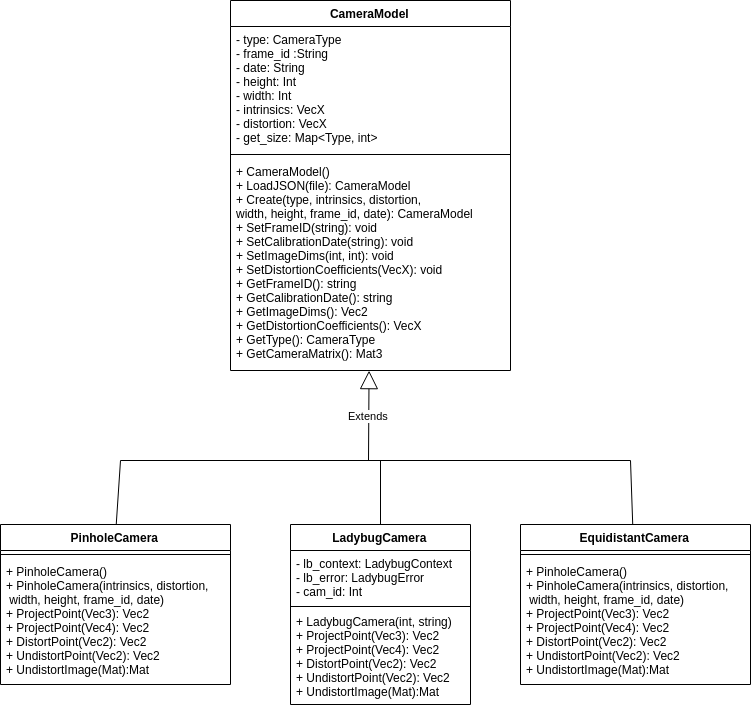
BEAMRobotics/libbeam keeps this draw.io diagram as beam_calibration/ClassDiagram.png. Above is the earlier version. Source tidied: cells renumbered, new cells last; positions are measured from the earlier drawing's top-left corner, leaving out a move shared by most shapes.
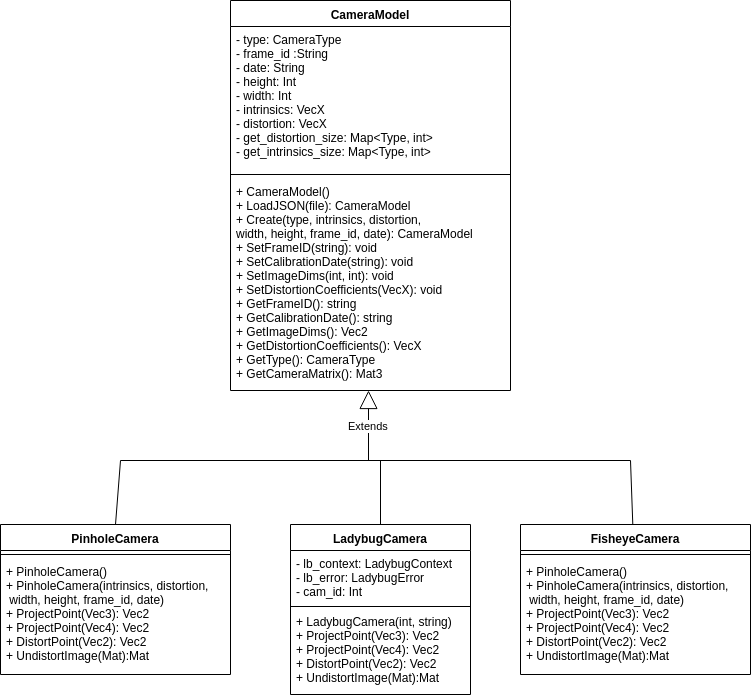
The same diagram one commit later.

The edit, as a diff of the source:
```diff
@@ -3,25 +3,25 @@
     <mxCell id="0" />
     <mxCell id="1" parent="0" />
     <mxCell id="2" value="CameraModel" style="swimlane;fontStyle=1;align=center;verticalAlign=top;horizontal=1;startSize=26;" parent="1" vertex="1">
-      <mxGeometry x="230" width="280" height="370" as="geometry" />
+      <mxGeometry x="230" width="280" height="390" as="geometry" />
     </mxCell>
-    <mxCell id="3" value="- type: CameraType&#10;- frame_id :String&#10;- date: String&#10;- height: Int&#10;- width: Int&#10;- intrinsics: VecX&#10;- distortion: VecX&#10;- get_size: Map&lt;Type, int&gt;&#10;" style="text;strokeColor=none;fillColor=none;align=left;verticalAlign=top;spacingLeft=4;spacingRight=4;overflow=hidden;" parent="2" vertex="1">
-      <mxGeometry y="26" width="280" height="124" as="geometry" />
+    <mxCell id="3" value="- type: CameraType&#10;- frame_id :String&#10;- date: String&#10;- height: Int&#10;- width: Int&#10;- intrinsics: VecX&#10;- distortion: VecX&#10;- get_distortion_size: Map&lt;Type, int&gt;&#10;- get_intrinsics_size: Map&lt;Type, int&gt;&#10;" style="text;strokeColor=none;fillColor=none;align=left;verticalAlign=top;spacingLeft=4;spacingRight=4;overflow=hidden;" parent="2" vertex="1">
+      <mxGeometry y="26" width="280" height="144" as="geometry" />
     </mxCell>
     <mxCell id="4" style="line;strokeWidth=1;fillColor=none;align=left;verticalAlign=middle;spacingTop=-1;spacingLeft=3;spacingRight=3;labelPosition=right;" parent="2" vertex="1">
-      <mxGeometry y="150" width="280" height="8" as="geometry" />
+      <mxGeometry y="170" width="280" height="8" as="geometry" />
     </mxCell>
     <mxCell id="5" value="+ CameraModel()&#10;+ LoadJSON(file): CameraModel&#10;+ Create(type, intrinsics, distortion,&#10;width, height, frame_id, date): CameraModel&#10;+ SetFrameID(string): void&#10;+ SetCalibrationDate(string): void&#10;+ SetImageDims(int, int): void&#10;+ SetDistortionCoefficients(VecX): void&#10;+ GetFrameID(): string&#10;+ GetCalibrationDate(): string&#10;+ GetImageDims(): Vec2&#10;+ GetDistortionCoefficients(): VecX&#10;+ GetType(): CameraType&#10;+ GetCameraMatrix(): Mat3&#10;" style="text;strokeColor=none;fillColor=none;align=left;verticalAlign=top;spacingLeft=4;spacingRight=4;overflow=hidden;points=[[0,0.5],[1,0.5]];portConstraint=eastwest;" parent="2" vertex="1">
-      <mxGeometry y="158" width="280" height="212" as="geometry" />
+      <mxGeometry y="178" width="280" height="212" as="geometry" />
     </mxCell>
     <mxCell id="6" value="PinholeCamera" style="swimlane;fontStyle=1;align=center;verticalAlign=top;horizontal=1;startSize=26;" parent="1" vertex="1">
-      <mxGeometry y="524" width="230" height="160" as="geometry" />
+      <mxGeometry y="524" width="230" height="150" as="geometry" />
     </mxCell>
     <mxCell id="7" style="line;strokeWidth=1;fillColor=none;align=left;verticalAlign=middle;spacingTop=-1;spacingLeft=3;spacingRight=3;labelPosition=right;" parent="6" vertex="1">
       <mxGeometry y="26" width="230" height="8" as="geometry" />
     </mxCell>
-    <mxCell id="8" value="+ PinholeCamera()&#10;+ PinholeCamera(intrinsics, distortion,&#10; width, height, frame_id, date)&#10;+ ProjectPoint(Vec3): Vec2&#10;+ ProjectPoint(Vec4): Vec2&#10;+ DistortPoint(Vec2): Vec2&#10;+ UndistortPoint(Vec2): Vec2&#10;+ UndistortImage(Mat):Mat&#10;" style="text;strokeColor=none;fillColor=none;align=left;verticalAlign=top;spacingLeft=4;spacingRight=4;overflow=hidden;" parent="6" vertex="1">
-      <mxGeometry y="34" width="230" height="126" as="geometry" />
+    <mxCell id="8" value="+ PinholeCamera()&#10;+ PinholeCamera(intrinsics, distortion,&#10; width, height, frame_id, date)&#10;+ ProjectPoint(Vec3): Vec2&#10;+ ProjectPoint(Vec4): Vec2&#10;+ DistortPoint(Vec2): Vec2&#10;+ UndistortImage(Mat):Mat&#10;" style="text;strokeColor=none;fillColor=none;align=left;verticalAlign=top;spacingLeft=4;spacingRight=4;overflow=hidden;" parent="6" vertex="1">
+      <mxGeometry y="34" width="230" height="116" as="geometry" />
     </mxCell>
     <mxCell id="9" value="Extends" style="endArrow=block;endSize=16;endFill=0;html=1;entryX=0.494;entryY=0.999;entryDx=0;entryDy=0;entryPerimeter=0;" parent="1" edge="1" target="5">
       <mxGeometry relative="1" as="geometry">
@@ -29,7 +29,7 @@
       </mxGeometry>
     </mxCell>
     <mxCell id="10" value="LadybugCamera" style="swimlane;fontStyle=1;align=center;verticalAlign=top;horizontal=1;startSize=26;" parent="1" vertex="1">
-      <mxGeometry x="290" y="524" width="180" height="180" as="geometry" />
+      <mxGeometry x="290" y="524" width="180" height="170" as="geometry" />
     </mxCell>
     <mxCell id="11" value="- lb_context: LadybugContext&#10;- lb_error: LadybugError&#10;- cam_id: Int&#10;" style="text;strokeColor=none;fillColor=none;align=left;verticalAlign=top;spacingLeft=4;spacingRight=4;overflow=hidden;" parent="10" vertex="1">
       <mxGeometry y="26" width="180" height="54" as="geometry" />
@@ -37,8 +37,8 @@
     <mxCell id="12" style="line;strokeWidth=1;fillColor=none;align=left;verticalAlign=middle;spacingTop=-1;spacingLeft=3;spacingRight=3;labelPosition=right;" parent="10" vertex="1">
       <mxGeometry y="80" width="180" height="4" as="geometry" />
     </mxCell>
-    <mxCell id="13" value="+ LadybugCamera(int, string)&#10;+ ProjectPoint(Vec3): Vec2&#10;+ ProjectPoint(Vec4): Vec2&#10;+ DistortPoint(Vec2): Vec2&#10;+ UndistortPoint(Vec2): Vec2&#10;+ UndistortImage(Mat):Mat&#10;" style="text;strokeColor=none;fillColor=none;align=left;verticalAlign=top;spacingLeft=4;spacingRight=4;overflow=hidden;" parent="10" vertex="1">
-      <mxGeometry y="84" width="180" height="96" as="geometry" />
+    <mxCell id="13" value="+ LadybugCamera(int, string)&#10;+ ProjectPoint(Vec3): Vec2&#10;+ ProjectPoint(Vec4): Vec2&#10;+ DistortPoint(Vec2): Vec2&#10;+ UndistortImage(Mat):Mat&#10;" style="text;strokeColor=none;fillColor=none;align=left;verticalAlign=top;spacingLeft=4;spacingRight=4;overflow=hidden;" parent="10" vertex="1">
+      <mxGeometry y="84" width="180" height="86" as="geometry" />
     </mxCell>
     <mxCell id="14" style="endArrow=none;html=1;" parent="1" edge="1">
       <mxGeometry relative="1" as="geometry">
@@ -56,14 +56,14 @@
         <mxPoint x="380" y="460" as="targetPoint" />
       </mxGeometry>
     </mxCell>
-    <mxCell id="17" value="EquidistantCamera" style="swimlane;fontStyle=1;align=center;verticalAlign=top;horizontal=1;startSize=26;" parent="1" vertex="1">
-      <mxGeometry x="520" y="524" width="230" height="160" as="geometry" />
+    <mxCell id="17" value="FisheyeCamera" style="swimlane;fontStyle=1;align=center;verticalAlign=top;horizontal=1;startSize=26;" parent="1" vertex="1">
+      <mxGeometry x="520" y="524" width="230" height="150" as="geometry" />
     </mxCell>
     <mxCell id="18" style="line;strokeWidth=1;fillColor=none;align=left;verticalAlign=middle;spacingTop=-1;spacingLeft=3;spacingRight=3;labelPosition=right;" parent="17" vertex="1">
       <mxGeometry y="26" width="230" height="8" as="geometry" />
     </mxCell>
-    <mxCell id="19" value="+ PinholeCamera()&#10;+ PinholeCamera(intrinsics, distortion,&#10; width, height, frame_id, date)&#10;+ ProjectPoint(Vec3): Vec2&#10;+ ProjectPoint(Vec4): Vec2&#10;+ DistortPoint(Vec2): Vec2&#10;+ UndistortPoint(Vec2): Vec2&#10;+ UndistortImage(Mat):Mat&#10;" style="text;strokeColor=none;fillColor=none;align=left;verticalAlign=top;spacingLeft=4;spacingRight=4;overflow=hidden;" parent="17" vertex="1">
-      <mxGeometry y="34" width="230" height="126" as="geometry" />
+    <mxCell id="19" value="+ PinholeCamera()&#10;+ PinholeCamera(intrinsics, distortion,&#10; width, height, frame_id, date)&#10;+ ProjectPoint(Vec3): Vec2&#10;+ ProjectPoint(Vec4): Vec2&#10;+ DistortPoint(Vec2): Vec2&#10;+ UndistortImage(Mat):Mat&#10;" style="text;strokeColor=none;fillColor=none;align=left;verticalAlign=top;spacingLeft=4;spacingRight=4;overflow=hidden;" parent="17" vertex="1">
+      <mxGeometry y="34" width="230" height="116" as="geometry" />
     </mxCell>
     <mxCell id="20" style="endArrow=none;html=1;" parent="1" edge="1" source="17">
       <mxGeometry relative="1" as="geometry">
```
